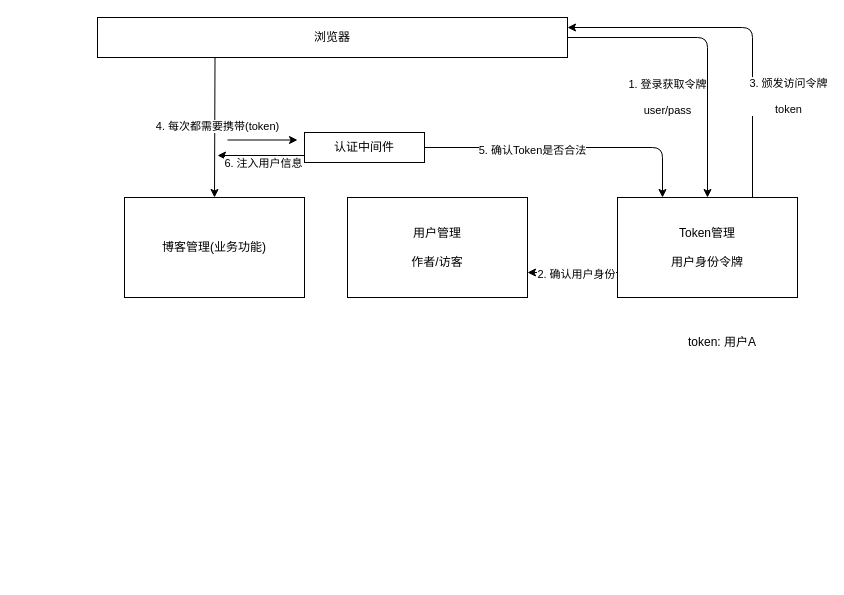
Above: docs/design.drawio in GeekQk/vblog (draw.io), before the change. Source tidied: cells renumbered, new cells numbered last; positions are measured from the earlier drawing's top-left corner, leaving out a move shared by most shapes. Both pictures are drawn from the tidied source at 100%, with x=0, y=0 at pixel (97, 17).
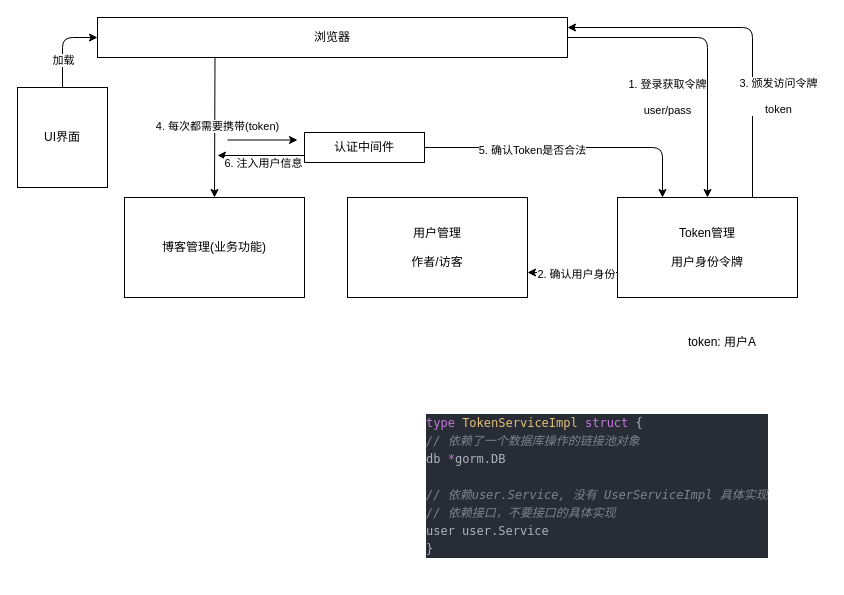
The same diagram, later.

The change refers to these unchanged cells:
```xml
<mxCell id="7" value="浏览器" style="rounded=0;whiteSpace=wrap;html=1;" parent="1" vertex="1">
  <mxGeometry width="470" height="40" as="geometry" />
</mxCell>
<mxCell id="14" style="edgeStyle=orthogonalEdgeStyle;html=1;exitX=0.75;exitY=0;exitDx=0;exitDy=0;entryX=1;entryY=0.25;entryDx=0;entryDy=0;" parent="1" edge="1" source="18" target="7">
  <mxGeometry relative="1" as="geometry" />
</mxCell>
```

What changed in the source:
```diff
@@
     <mxCell id="15" value="3. 颁发访问令牌&lt;br&gt;&lt;br&gt;token" style="edgeLabel;html=1;align=center;verticalAlign=middle;" parent="14" vertex="1">
       <mxGeometry x="-0.36" y="-4" relative="1" as="geometry">
-        <mxPoint x="31" y="12" as="offset" />
+        <mxPoint x="21" y="12" as="offset" />
       </mxGeometry>
     </mxCell>
@@
+    <mxCell id="20" value="&lt;div style=&quot;color: rgb(171, 178, 191); background-color: rgb(40, 44, 52); font-family: Menlo, Monaco, &amp;quot;Courier New&amp;quot;, monospace; font-weight: normal; font-size: 12px; line-height: 18px;&quot;&gt;&lt;div&gt;&lt;span style=&quot;color: #c678dd;&quot;&gt;type&lt;/span&gt;&lt;span style=&quot;color: #abb2bf;&quot;&gt; &lt;/span&gt;&lt;span style=&quot;color: #e5c07b;&quot;&gt;TokenServiceImpl&lt;/span&gt;&lt;span style=&quot;color: #abb2bf;&quot;&gt; &lt;/span&gt;&lt;span style=&quot;color: #c678dd;&quot;&gt;struct&lt;/span&gt;&lt;span style=&quot;color: #abb2bf;&quot;&gt; {&lt;/span&gt;&lt;/div&gt;&lt;div&gt;&lt;span style=&quot;color: #abb2bf;&quot;&gt;    &lt;/span&gt;&lt;span style=&quot;color: #7f848e;font-style: italic;&quot;&gt;// 依赖了一个数据库操作的链接池对象&lt;/span&gt;&lt;/div&gt;&lt;div&gt;&lt;span style=&quot;color: #abb2bf;&quot;&gt;    db &lt;/span&gt;&lt;span style=&quot;color: #c678dd;&quot;&gt;*&lt;/span&gt;&lt;span style=&quot;color: #abb2bf;&quot;&gt;gorm.DB&lt;/span&gt;&lt;/div&gt;&lt;br&gt;&lt;div&gt;&lt;span style=&quot;color: #abb2bf;&quot;&gt;    &lt;/span&gt;&lt;span style=&quot;color: #7f848e;font-style: italic;&quot;&gt;// 依赖user.Service, 没有 UserServiceImpl 具体实现&lt;/span&gt;&lt;/div&gt;&lt;div&gt;&lt;span style=&quot;color: #abb2bf;&quot;&gt;    &lt;/span&gt;&lt;span style=&quot;color: #7f848e;font-style: italic;&quot;&gt;// 依赖接口，不要接口的具体实现&lt;/span&gt;&lt;/div&gt;&lt;div&gt;&lt;span style=&quot;color: #abb2bf;&quot;&gt;    user user.Service&lt;/span&gt;&lt;/div&gt;&lt;div&gt;&lt;span style=&quot;color: #abb2bf;&quot;&gt;}&lt;/span&gt;&lt;/div&gt;&lt;/div&gt;" style="text;whiteSpace=wrap;html=1;" parent="1" vertex="1">
+      <mxGeometry x="327" y="390" width="380" height="170" as="geometry" />
+    </mxCell>
+    <mxCell id="21" style="edgeStyle=orthogonalEdgeStyle;html=1;exitX=0.5;exitY=0;exitDx=0;exitDy=0;entryX=0;entryY=0.5;entryDx=0;entryDy=0;" parent="1" edge="1" source="23" target="7">
+      <mxGeometry relative="1" as="geometry" />
+    </mxCell>
+    <mxCell id="22" value="加载" style="edgeLabel;html=1;align=center;verticalAlign=middle;" parent="21" vertex="1">
+      <mxGeometry x="-0.35" relative="1" as="geometry" />
+    </mxCell>
+    <mxCell id="23" value="UI界面" style="rounded=0;whiteSpace=wrap;html=1;" parent="1" vertex="1">
+      <mxGeometry x="-80" y="70" width="90" height="100" as="geometry" />
+    </mxCell>
```
